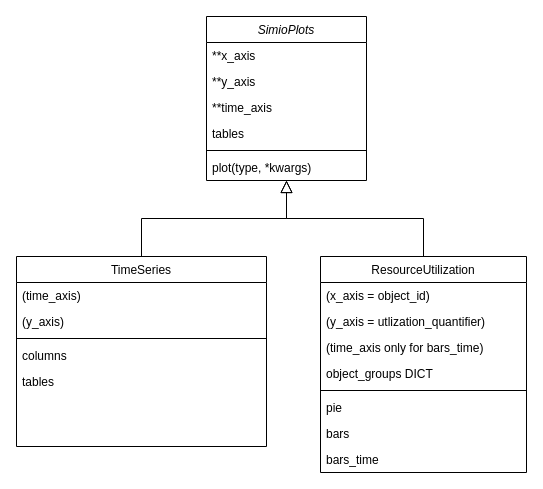
Earlier version of the draw.io diagram ClassDiagramLisa.drawio (mielgosez/simio-lisa). Source tidied: cells renumbered, new cells numbered last; positions are measured from the earlier drawing's top-left corner, leaving out a move shared by most shapes. Both pictures are drawn from the tidied source at 100%, with x=0, y=0 at pixel (16, 16).
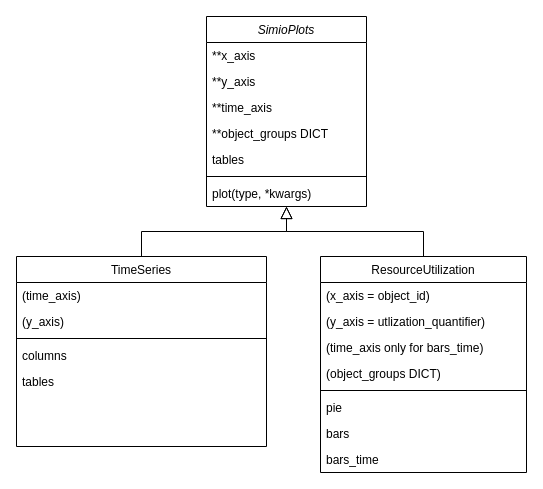
Above is the later version.

The change refers to these unchanged cells:
```xml
<mxCell id="16" value="ResourceUtilization" style="swimlane;fontStyle=0;align=center;verticalAlign=top;horizontal=1;startSize=26;rounded=0;shadow=0;strokeWidth=1;" parent="1" vertex="1">
  <mxGeometry x="304" y="240" width="206" height="216" as="geometry" />
</mxCell>
```

Change to the diagram source:
```diff
@@
     <mxCell id="2" value="SimioPlots" style="swimlane;fontStyle=2;align=center;verticalAlign=top;horizontal=1;startSize=26;rounded=0;shadow=0;strokeWidth=1;" parent="1" vertex="1">
-      <mxGeometry x="190" width="160" height="164" as="geometry" />
+      <mxGeometry x="190" width="160" height="190" as="geometry" />
     </mxCell>
@@
+    <mxCell id="26" value="**object_groups DICT" style="text;align=left;verticalAlign=top;spacingLeft=4;spacingRight=4;overflow=hidden;" parent="2" vertex="1">
+      <mxGeometry y="104" width="160" height="26" as="geometry" />
+    </mxCell>
     <mxCell id="6" value="tables" style="text;align=left;verticalAlign=top;spacingLeft=4;spacingRight=4;overflow=hidden;" parent="2" vertex="1">
-      <mxGeometry y="104" width="160" height="26" as="geometry" />
+      <mxGeometry y="130" width="160" height="26" as="geometry" />
     </mxCell>
     <mxCell id="7" style="line;html=1;strokeWidth=1;align=left;verticalAlign=middle;spacingTop=-1;spacingLeft=3;spacingRight=3;labelPosition=right;" parent="2" vertex="1">
-      <mxGeometry y="130" width="160" height="8" as="geometry" />
+      <mxGeometry y="156" width="160" height="8" as="geometry" />
     </mxCell>
     <mxCell id="8" value="plot(type, *kwargs)" style="text;align=left;verticalAlign=top;spacingLeft=4;spacingRight=4;overflow=hidden;" parent="2" vertex="1">
-      <mxGeometry y="138" width="160" height="26" as="geometry" />
+      <mxGeometry y="164" width="160" height="26" as="geometry" />
     </mxCell>
@@
-    <mxCell id="20" value="object_groups DICT" style="text;align=left;verticalAlign=top;spacingLeft=4;spacingRight=4;overflow=hidden;" parent="16" vertex="1">
+    <mxCell id="20" value="(object_groups DICT)" style="text;align=left;verticalAlign=top;spacingLeft=4;spacingRight=4;overflow=hidden;" parent="16" vertex="1">
       <mxGeometry y="104" width="206" height="26" as="geometry" />
     </mxCell>
```
